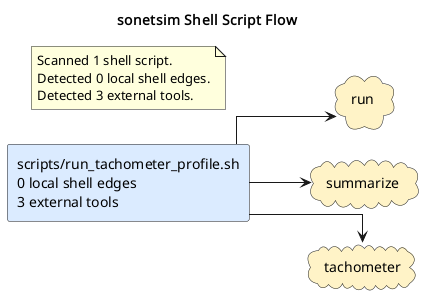
casonk/sonetsim keeps this PlantUML diagram as docs/diagrams/shell-call-graph.puml.png. Above is the earlier version. The source it was exported from:
```plantuml
@startuml
title sonetsim Shell Script Flow
left to right direction
skinparam shadowing false
skinparam defaultFontName Monospace
skinparam componentStyle rectangle
skinparam linetype ortho
rectangle "scripts/run_tachometer_profile.sh\n0 local shell edges\n3 external tools" as shell_scripts_run_tachometer_profile_sh #DBEAFE
cloud "run" as tool_run #FEF3C7
cloud "summarize" as tool_summarize #FEF3C7
cloud "tachometer" as tool_tachometer #FEF3C7
shell_scripts_run_tachometer_profile_sh --> tool_run
shell_scripts_run_tachometer_profile_sh --> tool_summarize
shell_scripts_run_tachometer_profile_sh --> tool_tachometer
note as shellGraphSummary
Scanned 1 shell script.
Detected 0 local shell edges.
Detected 3 external tools.
end note
@enduml
```
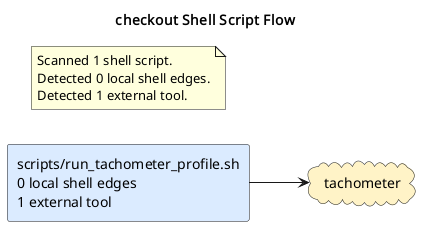
Later version of the same file.

The edit, as a diff of the source:
```diff
@@ -1,20 +1,16 @@
 @startuml
-title sonetsim Shell Script Flow
+title checkout Shell Script Flow
 left to right direction
 skinparam shadowing false
 skinparam defaultFontName Monospace
 skinparam componentStyle rectangle
 skinparam linetype ortho
-rectangle "scripts/run_tachometer_profile.sh\n0 local shell edges\n3 external tools" as shell_scripts_run_tachometer_profile_sh #DBEAFE
-cloud "run" as tool_run #FEF3C7
-cloud "summarize" as tool_summarize #FEF3C7
+rectangle "scripts/run_tachometer_profile.sh\n0 local shell edges\n1 external tool" as shell_scripts_run_tachometer_profile_sh #DBEAFE
 cloud "tachometer" as tool_tachometer #FEF3C7
-shell_scripts_run_tachometer_profile_sh --> tool_run
-shell_scripts_run_tachometer_profile_sh --> tool_summarize
 shell_scripts_run_tachometer_profile_sh --> tool_tachometer
 note as shellGraphSummary
 Scanned 1 shell script.
 Detected 0 local shell edges.
-Detected 3 external tools.
+Detected 1 external tool.
 end note
 @enduml
```
